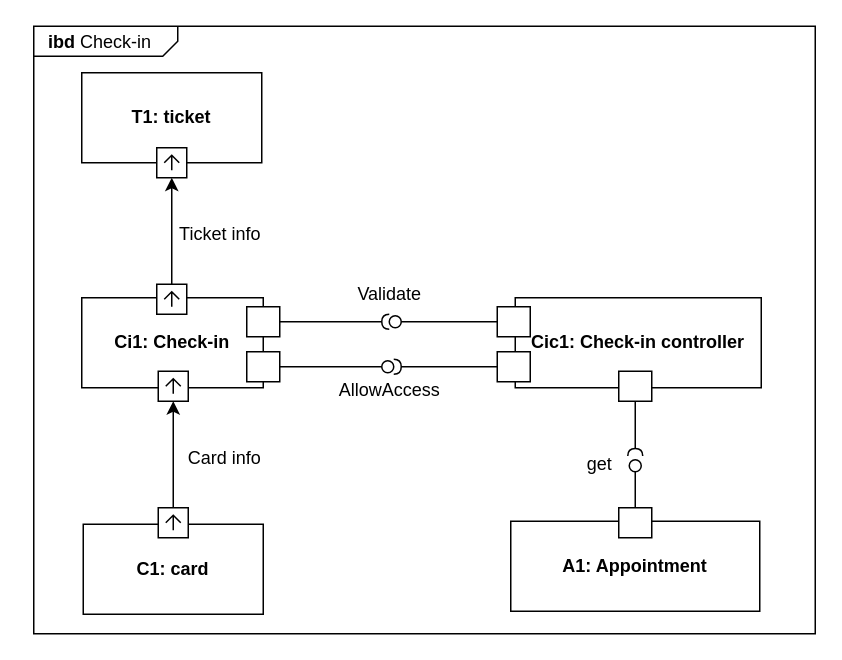
RafaelCMira/myclinic-msp-project keeps this draw.io diagram as Diagrams/Development/IBD 5 - Check-in.drawio. Above is the earlier version. Source tidied: cells renumbered, new cells numbered last; positions are measured from the earlier drawing's top-left corner, leaving out a move shared by most shapes. Both pictures are drawn from the tidied source at 150%, with x=0, y=0 at pixel (33, 26).
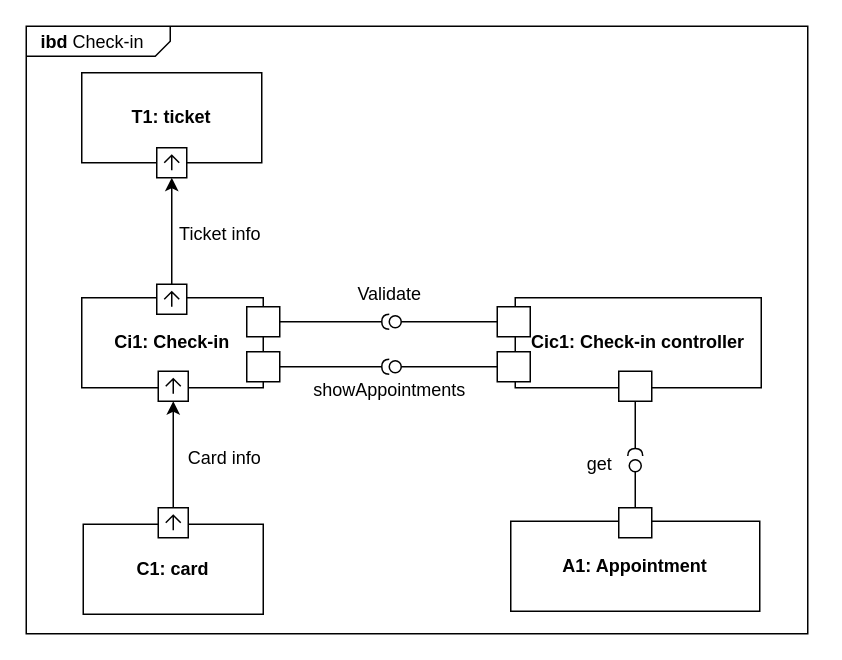
The same diagram, later.

Unchanged cells that the change refers to:
```xml
<mxCell id="22" style="html=1;rounded=0;" parent="1" vertex="1">
  <mxGeometry x="142" y="217" width="22" height="20" as="geometry" />
</mxCell>
<mxCell id="23" style="html=1;rounded=0;fillColor=default;" parent="1" vertex="1">
  <mxGeometry x="309" y="217" width="22" height="20" as="geometry" />
</mxCell>
```

The edit, as a diff of the source:
```diff
@@
     <mxCell id="2" value="&lt;p style=&quot;margin:0px;margin-top:4px;margin-left:10px;text-align:left;&quot;&gt;&lt;b&gt;ibd&lt;/b&gt;&amp;nbsp;Check-in&lt;/p&gt;" style="html=1;shape=mxgraph.sysml.package;labelX=96.29;align=left;spacingLeft=10;html=1;overflow=fill;whiteSpace=wrap;" parent="1" vertex="1">
-      <mxGeometry width="521" height="405" as="geometry" />
+      <mxGeometry x="-5" width="521" height="405" as="geometry" />
     </mxCell>
@@
-    <mxCell id="29" style="endArrow=none;html=1;rounded=0;align=center;verticalAlign=top;endFill=0;labelBackgroundColor=none;endSize=2;" parent="1" edge="1" source="22" target="30">
-      <mxGeometry relative="1" as="geometry" />
-    </mxCell>
-    <mxCell id="30" style="ellipse;html=1;fontSize=11;align=center;fillColor=none;points=[];verticalAlign=bottom;labelPosition=center;verticalLabelPosition=top;flipH=1;" parent="1" vertex="1">
-      <mxGeometry x="232" y="223" width="8" height="8" as="geometry" />
-    </mxCell>
-    <mxCell id="31" style="endArrow=none;html=1;rounded=0;align=center;verticalAlign=top;endFill=0;labelBackgroundColor=none;endSize=2;" parent="1" edge="1" source="23" target="32">
-      <mxGeometry relative="1" as="geometry" />
-    </mxCell>
-    <mxCell id="32" style="shape=requiredInterface;html=1;fontSize=11;align=center;fillColor=none;points=[];verticalAlign=bottom;labelPosition=center;verticalLabelPosition=top;flipH=1;rotation=-180;" parent="1" vertex="1">
-      <mxGeometry x="240" y="222" width="5" height="10" as="geometry" />
-    </mxCell>
-    <mxCell id="33" value="AllowAccess" style="text;html=1;align=center;verticalAlign=middle;strokeColor=none;fillColor=none;" parent="1" vertex="1">
-      <mxGeometry x="194" y="230" width="85" height="26" as="geometry" />
+    <mxCell id="33" value="showAppointments" style="text;html=1;align=center;verticalAlign=middle;strokeColor=none;fillColor=none;" parent="1" vertex="1">
+      <mxGeometry x="177" y="230" width="119" height="26" as="geometry" />
     </mxCell>
@@
+    <mxCell id="39" style="endArrow=none;html=1;rounded=0;align=center;verticalAlign=top;endFill=0;labelBackgroundColor=none;endSize=2;" parent="1" edge="1" source="23" target="40">
+      <mxGeometry relative="1" as="geometry" />
+    </mxCell>
+    <mxCell id="40" style="ellipse;html=1;fontSize=11;align=center;fillColor=none;points=[];verticalAlign=bottom;labelPosition=center;verticalLabelPosition=top;flipH=1;" parent="1" vertex="1">
+      <mxGeometry x="237" y="223" width="8" height="8" as="geometry" />
+    </mxCell>
+    <mxCell id="41" style="endArrow=none;html=1;rounded=0;align=center;verticalAlign=top;endFill=0;labelBackgroundColor=none;endSize=2;" parent="1" edge="1" source="22" target="42">
+      <mxGeometry relative="1" as="geometry" />
+    </mxCell>
+    <mxCell id="42" style="shape=requiredInterface;html=1;fontSize=11;align=center;fillColor=none;points=[];verticalAlign=bottom;labelPosition=center;verticalLabelPosition=top;flipH=1;rotation=0;" parent="1" vertex="1">
+      <mxGeometry x="232" y="222" width="5" height="10" as="geometry" />
+    </mxCell>
```
